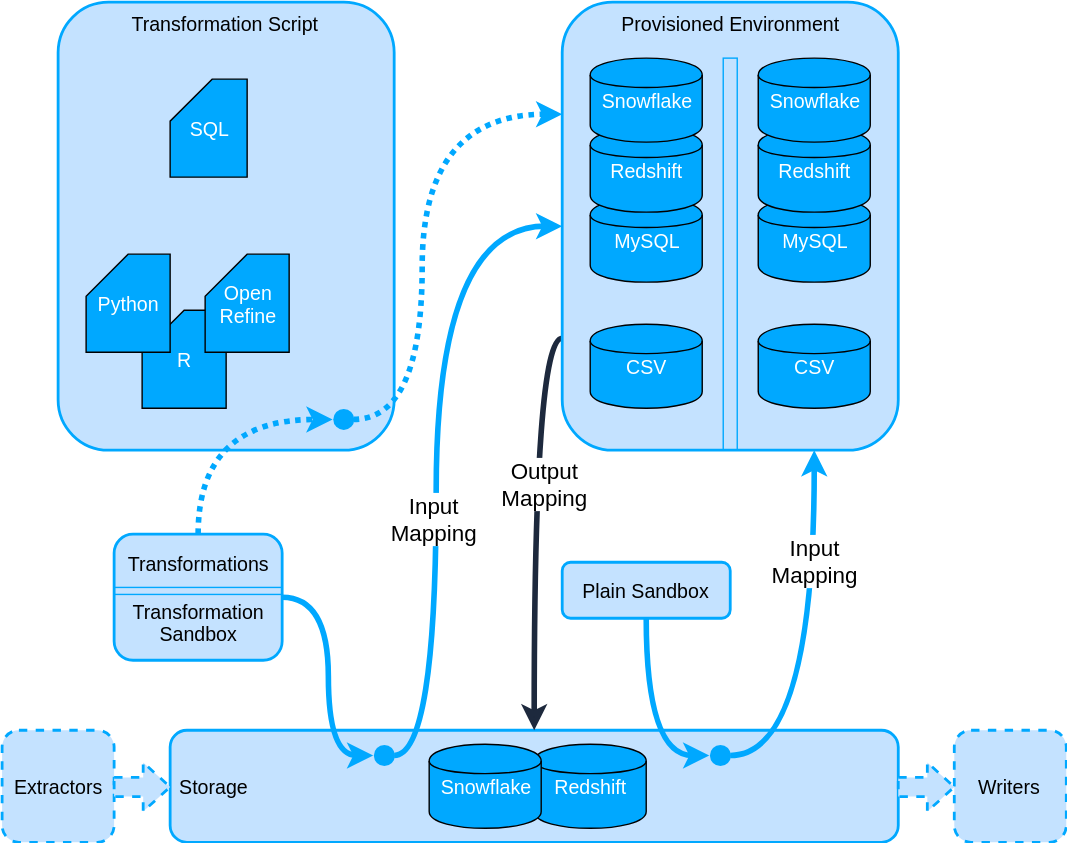
keboola/connection-docs keeps this draw.io diagram as manipulation/transformations/transformations-schema.svg. Above is the earlier version. Source tidied: cells renumbered, new cells last; positions are measured from the earlier drawing's top-left corner, leaving out a move shared by most shapes. Its diagram source:
```xml
<mxGraphModel background="#ffffff">
  <root>
    <mxCell id="0" />
    <mxCell id="1" parent="0" />
    <mxCell id="2" value="&amp;nbsp;Storage" style="whiteSpace=wrap;html=1;fillColor=#C4E2FF;fontSize=14;fontColor=#000000;rounded=1;strokeWidth=2;strokeColor=#00A8FF;align=left;labelPosition=center;verticalLabelPosition=middle;verticalAlign=middle;" parent="1" vertex="1">
      <mxGeometry x="120" y="520" width="520" height="80" as="geometry" />
    </mxCell>
    <mxCell id="3" value="Redshift" style="shape=cylinder;whiteSpace=wrap;html=1;fillColor=#00A8FF;fontSize=14;fontColor=#FFFFFF;" parent="1" vertex="1">
      <mxGeometry x="380" y="530" width="80" height="60" as="geometry" />
    </mxCell>
    <mxCell id="4" style="edgeStyle=orthogonalEdgeStyle;curved=1;html=1;jettySize=auto;strokeWidth=4;fontSize=14;fontColor=#FFFFFF;exitX=0;exitY=0.75;strokeColor=#1D293D;entryX=0.5;entryY=0;" parent="1" edge="1" source="6" target="2">
      <mxGeometry relative="1" as="geometry">
        <Array as="points">
          <mxPoint x="380" y="240" />
        </Array>
      </mxGeometry>
    </mxCell>
    <mxCell id="5" value="Output&lt;div&gt;Mapping&lt;/div&gt;" style="text;html=1;align=center;verticalAlign=middle;labelBackgroundColor=#ffffff;fontSize=16;fontColor=#000000;" parent="4" vertex="1">
      <mxGeometry x="-0.18" y="7" relative="1" as="geometry" />
    </mxCell>
    <mxCell id="6" value="&lt;div style=&quot;text-align: center&quot;&gt;&lt;span&gt;Provisioned Environment&lt;/span&gt;&lt;/div&gt;" style="whiteSpace=wrap;html=1;fillColor=#C4E2FF;fontSize=14;fontColor=#000000;align=center;verticalAlign=top;rounded=1;strokeWidth=2;strokeColor=#00A8FF;" parent="1" vertex="1">
      <mxGeometry x="400" width="240" height="320" as="geometry" />
    </mxCell>
    <mxCell id="7" value="Transformation Script" style="whiteSpace=wrap;html=1;fillColor=#c4e2ff;fontSize=14;fontColor=#000000;labelPosition=center;verticalLabelPosition=middle;align=center;verticalAlign=top;rounded=1;strokeWidth=2;strokeColor=#00A8FF;" parent="1" vertex="1">
      <mxGeometry x="40" width="240" height="320" as="geometry" />
    </mxCell>
    <mxCell id="8" value="&lt;div&gt;CSV&lt;/div&gt;" style="shape=cylinder;whiteSpace=wrap;html=1;fillColor=#00A8FF;fontSize=14;fontColor=#FFFFFF;" parent="1" vertex="1">
      <mxGeometry x="420" y="230" width="80" height="60" as="geometry" />
    </mxCell>
    <mxCell id="9" value="MySQL" style="shape=cylinder;whiteSpace=wrap;html=1;fillColor=#00A8FF;fontSize=14;fontColor=#FFFFFF;verticalAlign=middle;labelPosition=center;verticalLabelPosition=middle;align=center;" parent="1" vertex="1">
      <mxGeometry x="420" y="140" width="80" height="60" as="geometry" />
    </mxCell>
    <mxCell id="10" value="Redshift" style="shape=cylinder;whiteSpace=wrap;html=1;fillColor=#00A8FF;fontSize=14;fontColor=#FFFFFF;" parent="1" vertex="1">
      <mxGeometry x="420" y="90" width="80" height="60" as="geometry" />
    </mxCell>
    <mxCell id="11" value="Snowflake" style="shape=cylinder;whiteSpace=wrap;html=1;fillColor=#00A8FF;fontSize=14;fontColor=#FFFFFF;" parent="1" vertex="1">
      <mxGeometry x="420" y="40" width="80" height="60" as="geometry" />
    </mxCell>
    <mxCell id="12" value="Extractors" style="whiteSpace=wrap;html=1;fillColor=#C4E2FF;fontSize=14;fontColor=#000000;strokeColor=#00A8FF;rounded=1;strokeWidth=2;dashed=1;" parent="1" vertex="1">
      <mxGeometry y="520" width="80" height="80" as="geometry" />
    </mxCell>
    <mxCell id="13" value="Writers" style="whiteSpace=wrap;html=1;fillColor=#C4E2FF;fontSize=14;fontColor=#000000;strokeColor=#00A8FF;rounded=1;strokeWidth=2;dashed=1;" parent="1" vertex="1">
      <mxGeometry x="680" y="520" width="80" height="80" as="geometry" />
    </mxCell>
    <mxCell id="14" style="edgeStyle=orthogonalEdgeStyle;curved=1;html=1;entryX=0;entryY=0.5;jettySize=auto;strokeWidth=4;fontSize=14;fontColor=#FFFFFF;strokeColor=#00A8FF;" parent="1" edge="1" source="16" target="31">
      <mxGeometry relative="1" as="geometry">
        <Array as="points">
          <mxPoint x="233" y="425" />
          <mxPoint x="233" y="538" />
        </Array>
      </mxGeometry>
    </mxCell>
    <mxCell id="15" style="edgeStyle=orthogonalEdgeStyle;curved=1;html=1;jettySize=auto;strokeWidth=4;fontSize=14;fontColor=#FFFFFF;exitX=0.5;exitY=0;entryX=0;entryY=0.5;strokeColor=#00A8FF;fillColor=#ffffff;dashed=1;dashPattern=1 1;" parent="1" edge="1" source="16" target="33">
      <mxGeometry relative="1" as="geometry" />
    </mxCell>
    <mxCell id="16" value="Transformations&lt;div&gt;&lt;br&gt;&lt;/div&gt;&lt;div&gt;Transformation&lt;/div&gt;&lt;div&gt;Sandbox&lt;/div&gt;" style="whiteSpace=wrap;html=1;fillColor=#C4E2FF;fontSize=14;fontColor=#000000;rounded=1;strokeWidth=2;strokeColor=#00A8FF;" parent="1" vertex="1">
      <mxGeometry x="80" y="380" width="120" height="90" as="geometry" />
    </mxCell>
    <mxCell id="17" style="edgeStyle=orthogonalEdgeStyle;curved=1;html=1;jettySize=auto;strokeWidth=4;fontSize=14;fontColor=#FFFFFF;entryX=0;entryY=0.5;strokeColor=#00A8FF;" parent="1" edge="1" source="18" target="36">
      <mxGeometry relative="1" as="geometry" />
    </mxCell>
    <mxCell id="18" value="Plain Sandbox" style="whiteSpace=wrap;html=1;fillColor=#C4E2FF;fontSize=14;fontColor=#000000;rounded=1;strokeColor=#00A8FF;strokeWidth=2;" parent="1" vertex="1">
      <mxGeometry x="400" y="400" width="120" height="40" as="geometry" />
    </mxCell>
    <mxCell id="19" value="&lt;div&gt;CSV&lt;/div&gt;" style="shape=cylinder;whiteSpace=wrap;html=1;fillColor=#00A8FF;fontSize=14;fontColor=#FFFFFF;" parent="1" vertex="1">
      <mxGeometry x="540" y="230" width="80" height="60" as="geometry" />
    </mxCell>
    <mxCell id="20" value="MySQL" style="shape=cylinder;whiteSpace=wrap;html=1;fillColor=#00A8FF;fontSize=14;fontColor=#FFFFFF;verticalAlign=middle;labelPosition=center;verticalLabelPosition=middle;align=center;" parent="1" vertex="1">
      <mxGeometry x="540" y="140" width="80" height="60" as="geometry" />
    </mxCell>
    <mxCell id="21" value="Redshift" style="shape=cylinder;whiteSpace=wrap;html=1;fillColor=#00A8FF;fontSize=14;fontColor=#FFFFFF;" parent="1" vertex="1">
      <mxGeometry x="540" y="90" width="80" height="60" as="geometry" />
    </mxCell>
    <mxCell id="22" value="Snowflake" style="shape=cylinder;whiteSpace=wrap;html=1;fillColor=#00A8FF;fontSize=14;fontColor=#FFFFFF;" parent="1" vertex="1">
      <mxGeometry x="540" y="40" width="80" height="60" as="geometry" />
    </mxCell>
    <mxCell id="23" value="SQL" style="shape=card;whiteSpace=wrap;html=1;fillColor=#00A8FF;fontSize=14;fontColor=#FFFFFF;" parent="1" vertex="1">
      <mxGeometry x="120" y="55" width="55" height="70" as="geometry" />
    </mxCell>
    <mxCell id="24" value="R" style="shape=card;whiteSpace=wrap;html=1;fillColor=#00A8FF;fontSize=14;fontColor=#FFFFFF;" parent="1" vertex="1">
      <mxGeometry x="100" y="220" width="60" height="70" as="geometry" />
    </mxCell>
    <mxCell id="25" style="edgeStyle=orthogonalEdgeStyle;curved=1;rounded=0;html=1;exitX=1;exitY=0.75;entryX=1;entryY=0.75;jettySize=auto;orthogonalLoop=1;fontSize=14;fontColor=#FFFFFF;" parent="1" edge="1" source="27" target="27">
      <mxGeometry relative="1" as="geometry" />
    </mxCell>
    <mxCell id="26" value="Python" style="shape=card;whiteSpace=wrap;html=1;fillColor=#00A8FF;fontSize=14;fontColor=#FFFFFF;align=center;" parent="1" vertex="1">
      <mxGeometry x="60" y="180" width="60" height="70" as="geometry" />
    </mxCell>
    <mxCell id="27" value="Open&lt;div&gt;Refine&lt;/div&gt;" style="shape=card;whiteSpace=wrap;html=1;fillColor=#00A8FF;fontSize=14;fontColor=#FFFFFF;" parent="1" vertex="1">
      <mxGeometry x="145" y="180" width="60" height="70" as="geometry" />
    </mxCell>
    <mxCell id="28" style="edgeStyle=orthogonalEdgeStyle;curved=1;rounded=0;html=1;exitX=0.5;exitY=0;entryX=0.5;entryY=0;jettySize=auto;orthogonalLoop=1;fontSize=14;fontColor=#FFFFFF;" parent="1" edge="1" source="18" target="18">
      <mxGeometry relative="1" as="geometry" />
    </mxCell>
    <mxCell id="29" style="edgeStyle=orthogonalEdgeStyle;curved=1;html=1;entryX=0;entryY=0.5;jettySize=auto;strokeWidth=4;fontSize=14;fontColor=#FFFFFF;strokeColor=#00A8FF;" parent="1" edge="1" source="31" target="6">
      <mxGeometry relative="1" as="geometry">
        <Array as="points">
          <mxPoint x="310" y="538" />
          <mxPoint x="310" y="160" />
        </Array>
      </mxGeometry>
    </mxCell>
    <mxCell id="30" value="Input&lt;div&gt;Mapping&lt;/div&gt;" style="text;html=1;align=center;verticalAlign=middle;labelBackgroundColor=#ffffff;fontSize=16;fontColor=#000000;" parent="29" vertex="1">
      <mxGeometry x="-0.2" y="2" relative="1" as="geometry" />
    </mxCell>
    <mxCell id="31" style="ellipse;whiteSpace=wrap;html=1;fillColor=#00A8FF;fontSize=14;fontColor=#FFFFFF;align=center;rotation=0;strokeColor=none;" parent="1" vertex="1">
      <mxGeometry x="265" y="530" width="15" height="15" as="geometry" />
    </mxCell>
    <mxCell id="32" style="edgeStyle=orthogonalEdgeStyle;curved=1;html=1;entryX=0;entryY=0.25;jettySize=auto;strokeWidth=4;fontSize=14;fontColor=#FFFFFF;strokeColor=#00A8FF;fillColor=#ffffff;dashed=1;dashPattern=1 1;" parent="1" edge="1" source="33" target="6">
      <mxGeometry relative="1" as="geometry">
        <Array as="points">
          <mxPoint x="300" y="298" />
          <mxPoint x="300" y="80" />
        </Array>
      </mxGeometry>
    </mxCell>
    <mxCell id="33" style="ellipse;whiteSpace=wrap;html=1;fillColor=#00A8FF;fontSize=14;fontColor=#FFFFFF;align=center;rotation=0;strokeColor=none;" parent="1" vertex="1">
      <mxGeometry x="236" y="290" width="15" height="15" as="geometry" />
    </mxCell>
    <mxCell id="34" style="edgeStyle=orthogonalEdgeStyle;curved=1;html=1;jettySize=auto;strokeWidth=4;fontSize=14;fontColor=#FFFFFF;entryX=0.75;entryY=1;exitX=1;exitY=0.5;strokeColor=#00A8FF;" parent="1" edge="1" source="36" target="6">
      <mxGeometry relative="1" as="geometry" />
    </mxCell>
    <mxCell id="35" value="Input&lt;div&gt;Mapping&lt;/div&gt;" style="text;html=1;align=center;verticalAlign=middle;labelBackgroundColor=#ffffff;fontSize=16;fontColor=#000000;" parent="34" vertex="1">
      <mxGeometry x="0.44" relative="1" as="geometry" />
    </mxCell>
    <mxCell id="36" style="ellipse;whiteSpace=wrap;html=1;fillColor=#00A8FF;fontSize=14;fontColor=#FFFFFF;align=center;rotation=0;strokeColor=none;" parent="1" vertex="1">
      <mxGeometry x="505" y="530" width="15" height="15" as="geometry" />
    </mxCell>
    <mxCell id="37" style="whiteSpace=wrap;html=1;strokeColor=#00A8FF;fillColor=none;fontSize=14;fontColor=#FFFFFF;align=center;" parent="1" vertex="1">
      <mxGeometry x="515" y="40" width="10" height="280" as="geometry" />
    </mxCell>
    <mxCell id="38" style="whiteSpace=wrap;html=1;strokeColor=#00A8FF;fillColor=none;fontSize=14;fontColor=#FFFFFF;align=center;" parent="1" vertex="1">
      <mxGeometry x="80" y="418" width="120" height="5" as="geometry" />
    </mxCell>
    <mxCell id="39" style="html=1;shadow=0;dashed=1;align=center;verticalAlign=middle;shape=mxgraph.arrows2.arrow;dy=0.61;dx=19.25;notch=0;rounded=1;strokeColor=#00A8FF;strokeWidth=2;fillColor=#C4E2FF;fontSize=14;fontColor=#000000;" parent="1" vertex="1">
      <mxGeometry x="640" y="543" width="40" height="35" as="geometry" />
    </mxCell>
    <mxCell id="40" style="html=1;shadow=0;dashed=1;align=center;verticalAlign=middle;shape=mxgraph.arrows2.arrow;dy=0.61;dx=19.25;notch=0;rounded=1;strokeColor=#00A8FF;strokeWidth=2;fillColor=#C4E2FF;fontSize=14;fontColor=#000000;" parent="1" vertex="1">
      <mxGeometry x="80" y="543" width="40" height="35" as="geometry" />
    </mxCell>
    <mxCell id="41" value="Snowflake" style="shape=cylinder;whiteSpace=wrap;html=1;fillColor=#00A8FF;fontSize=14;fontColor=#FFFFFF;rotation=0;" parent="1" vertex="1">
      <mxGeometry x="305" y="530" width="80" height="60" as="geometry" />
    </mxCell>
  </root>
</mxGraphModel>
```
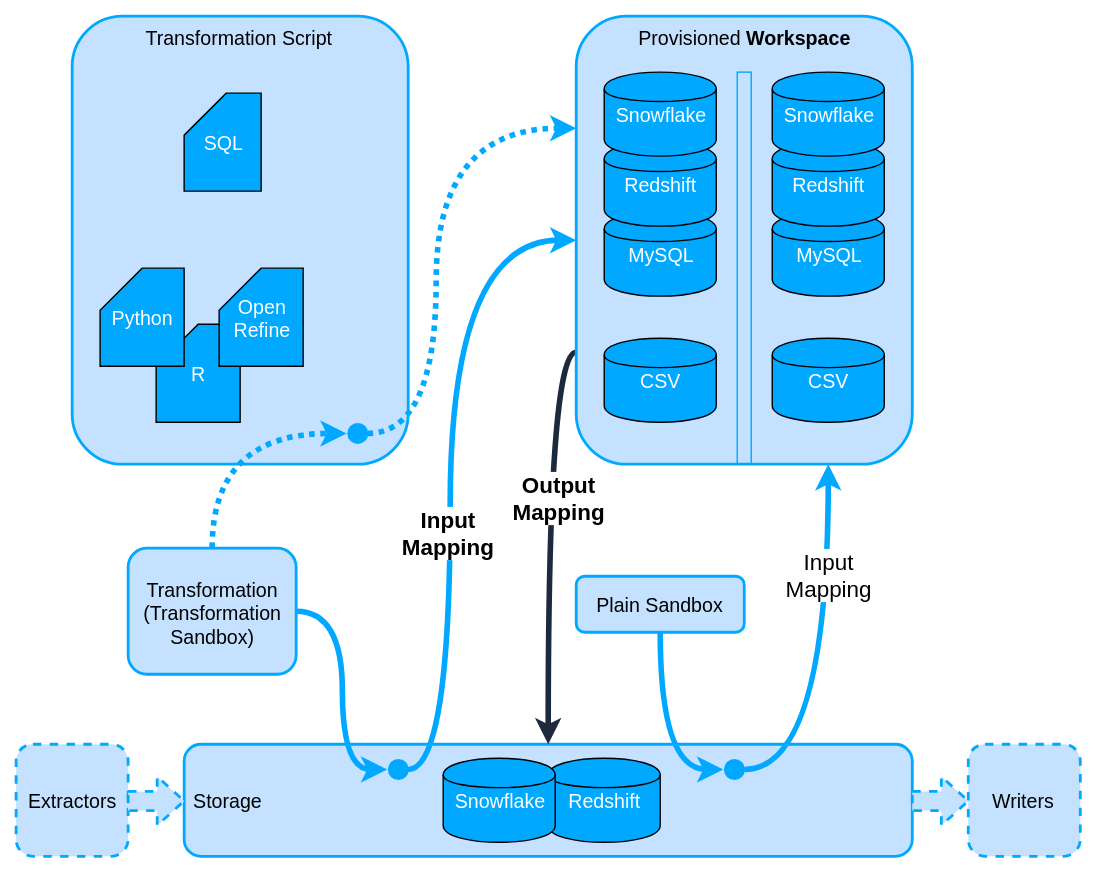
The same diagram one commit later.

Commit message:
added transformations overview

What changed in the source:
```diff
@@ -15,10 +15,10 @@
         </Array>
       </mxGeometry>
     </mxCell>
-    <mxCell id="5" value="Output&lt;div&gt;Mapping&lt;/div&gt;" style="text;html=1;align=center;verticalAlign=middle;labelBackgroundColor=#ffffff;fontSize=16;fontColor=#000000;" parent="4" vertex="1">
+    <mxCell id="5" value="Output&lt;div&gt;Mapping&lt;/div&gt;" style="text;html=1;align=center;verticalAlign=middle;labelBackgroundColor=#ffffff;fontSize=16;fontColor=#000000;fontStyle=1;" parent="4" vertex="1">
       <mxGeometry x="-0.18" y="7" relative="1" as="geometry" />
     </mxCell>
-    <mxCell id="6" value="&lt;div style=&quot;text-align: center&quot;&gt;&lt;span&gt;Provisioned Environment&lt;/span&gt;&lt;/div&gt;" style="whiteSpace=wrap;html=1;fillColor=#C4E2FF;fontSize=14;fontColor=#000000;align=center;verticalAlign=top;rounded=1;strokeWidth=2;strokeColor=#00A8FF;" parent="1" vertex="1">
+    <mxCell id="6" value="&lt;div style=&quot;text-align: center&quot;&gt;Provisioned &lt;b&gt;Workspace&lt;/b&gt;&lt;/div&gt;" style="whiteSpace=wrap;html=1;fillColor=#C4E2FF;fontSize=14;fontColor=#000000;align=center;verticalAlign=top;rounded=1;strokeWidth=2;strokeColor=#00A8FF;" parent="1" vertex="1">
       <mxGeometry x="400" width="240" height="320" as="geometry" />
     </mxCell>
     <mxCell id="7" value="Transformation Script" style="whiteSpace=wrap;html=1;fillColor=#c4e2ff;fontSize=14;fontColor=#000000;labelPosition=center;verticalLabelPosition=middle;align=center;verticalAlign=top;rounded=1;strokeWidth=2;strokeColor=#00A8FF;" parent="1" vertex="1">
@@ -53,7 +53,7 @@
     <mxCell id="15" style="edgeStyle=orthogonalEdgeStyle;curved=1;html=1;jettySize=auto;strokeWidth=4;fontSize=14;fontColor=#FFFFFF;exitX=0.5;exitY=0;entryX=0;entryY=0.5;strokeColor=#00A8FF;fillColor=#ffffff;dashed=1;dashPattern=1 1;" parent="1" edge="1" source="16" target="33">
       <mxGeometry relative="1" as="geometry" />
     </mxCell>
-    <mxCell id="16" value="Transformations&lt;div&gt;&lt;br&gt;&lt;/div&gt;&lt;div&gt;Transformation&lt;/div&gt;&lt;div&gt;Sandbox&lt;/div&gt;" style="whiteSpace=wrap;html=1;fillColor=#C4E2FF;fontSize=14;fontColor=#000000;rounded=1;strokeWidth=2;strokeColor=#00A8FF;" parent="1" vertex="1">
+    <mxCell id="16" value="Transformation&lt;div&gt;(Transformation&lt;/div&gt;&lt;div&gt;Sandbox)&lt;/div&gt;" style="whiteSpace=wrap;html=1;fillColor=#C4E2FF;fontSize=14;fontColor=#000000;rounded=1;strokeWidth=2;strokeColor=#00A8FF;" parent="1" vertex="1">
       <mxGeometry x="80" y="380" width="120" height="90" as="geometry" />
     </mxCell>
     <mxCell id="17" style="edgeStyle=orthogonalEdgeStyle;curved=1;html=1;jettySize=auto;strokeWidth=4;fontSize=14;fontColor=#FFFFFF;entryX=0;entryY=0.5;strokeColor=#00A8FF;" parent="1" edge="1" source="18" target="36">
@@ -100,7 +100,7 @@
         </Array>
       </mxGeometry>
     </mxCell>
-    <mxCell id="30" value="Input&lt;div&gt;Mapping&lt;/div&gt;" style="text;html=1;align=center;verticalAlign=middle;labelBackgroundColor=#ffffff;fontSize=16;fontColor=#000000;" parent="29" vertex="1">
+    <mxCell id="30" value="Input&lt;div&gt;Mapping&lt;/div&gt;" style="text;html=1;align=center;verticalAlign=middle;labelBackgroundColor=#ffffff;fontSize=16;fontColor=#000000;fontStyle=1;" parent="29" vertex="1">
       <mxGeometry x="-0.2" y="2" relative="1" as="geometry" />
     </mxCell>
     <mxCell id="31" style="ellipse;whiteSpace=wrap;html=1;fillColor=#00A8FF;fontSize=14;fontColor=#FFFFFF;align=center;rotation=0;strokeColor=none;" parent="1" vertex="1">
@@ -129,9 +129,6 @@
     <mxCell id="37" style="whiteSpace=wrap;html=1;strokeColor=#00A8FF;fillColor=none;fontSize=14;fontColor=#FFFFFF;align=center;" parent="1" vertex="1">
       <mxGeometry x="515" y="40" width="10" height="280" as="geometry" />
     </mxCell>
-    <mxCell id="38" style="whiteSpace=wrap;html=1;strokeColor=#00A8FF;fillColor=none;fontSize=14;fontColor=#FFFFFF;align=center;" parent="1" vertex="1">
-      <mxGeometry x="80" y="418" width="120" height="5" as="geometry" />
-    </mxCell>
     <mxCell id="39" style="html=1;shadow=0;dashed=1;align=center;verticalAlign=middle;shape=mxgraph.arrows2.arrow;dy=0.61;dx=19.25;notch=0;rounded=1;strokeColor=#00A8FF;strokeWidth=2;fillColor=#C4E2FF;fontSize=14;fontColor=#000000;" parent="1" vertex="1">
       <mxGeometry x="640" y="543" width="40" height="35" as="geometry" />
     </mxCell>
```
